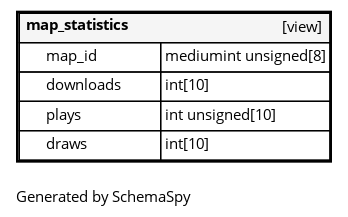
The Graphviz diagram diagrams/tables/map_statistics.1degree.png in FAForever/db, before a commit. Its source is kept beside it as diagrams/tables/map_statistics.1degree.dot.
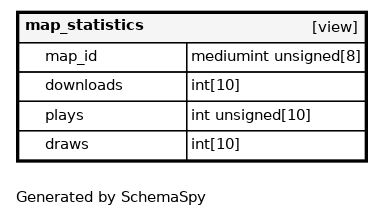
Later version of the same file.

What changed in the source:
```diff
@@ -1,13 +1,13 @@
 digraph "oneDegreeRelationshipsDiagram" {
-  graph [    rankdir="RL"    bgcolor="#ffffff"    label="\nGenerated by SchemaSpy"    labeljust="l"    nodesep="0.18"    ranksep="0.46"    fontname="Helvetica"    fontsize="11"    ration="compress"  ];  node [    fontname="Helvetica"    fontsize="11"    shape="plaintext"  ];  edge [    arrowsize="0.8"  ];
+  graph [    rankdir="RL"    bgcolor="#ffffff"    label="\nGenerated by SchemaSpy"    labeljust="l"    nodesep="0.18"    ranksep="0.46"    fontname="Helvetica"    fontsize="11"    packmode="graph"  ];  node [    fontname="Helvetica"    fontsize="11"    shape="plaintext"  ];  edge [    arrowsize="0.8"  ];
   "map_statistics" [
    label=<
     <TABLE BORDER="2" CELLBORDER="1" CELLSPACING="0" BGCOLOR="#ffffff">
-      <TR><TD COLSPAN="4"  BGCOLOR="#f5f5f5"><TABLE BORDER="0" CELLSPACING="0"><TR><TD ALIGN="LEFT" FIXEDSIZE="TRUE" WIDTH="85" HEIGHT="16"><B>map_statistics</B></TD><TD ALIGN="RIGHT">[view]</TD></TR></TABLE></TD></TR>
-      <TR><TD PORT="map_id" COLSPAN="2" ALIGN="LEFT"><TABLE BORDER="0" CELLSPACING="0" ALIGN="LEFT"><TR ALIGN="LEFT"><TD ALIGN="LEFT" FIXEDSIZE="TRUE" WIDTH="15" HEIGHT="16"></TD><TD ALIGN="LEFT" FIXEDSIZE="TRUE" WIDTH="85" HEIGHT="16">map_id</TD></TR></TABLE></TD><TD PORT="map_id.type" ALIGN="LEFT">mediumint unsigned[8]</TD></TR>
-      <TR><TD PORT="downloads" COLSPAN="2" ALIGN="LEFT"><TABLE BORDER="0" CELLSPACING="0" ALIGN="LEFT"><TR ALIGN="LEFT"><TD ALIGN="LEFT" FIXEDSIZE="TRUE" WIDTH="15" HEIGHT="16"></TD><TD ALIGN="LEFT" FIXEDSIZE="TRUE" WIDTH="85" HEIGHT="16">downloads</TD></TR></TABLE></TD><TD PORT="downloads.type" ALIGN="LEFT">int[10]</TD></TR>
-      <TR><TD PORT="plays" COLSPAN="2" ALIGN="LEFT"><TABLE BORDER="0" CELLSPACING="0" ALIGN="LEFT"><TR ALIGN="LEFT"><TD ALIGN="LEFT" FIXEDSIZE="TRUE" WIDTH="15" HEIGHT="16"></TD><TD ALIGN="LEFT" FIXEDSIZE="TRUE" WIDTH="85" HEIGHT="16">plays</TD></TR></TABLE></TD><TD PORT="plays.type" ALIGN="LEFT">int unsigned[10]</TD></TR>
-      <TR><TD PORT="draws" COLSPAN="2" ALIGN="LEFT"><TABLE BORDER="0" CELLSPACING="0" ALIGN="LEFT"><TR ALIGN="LEFT"><TD ALIGN="LEFT" FIXEDSIZE="TRUE" WIDTH="15" HEIGHT="16"></TD><TD ALIGN="LEFT" FIXEDSIZE="TRUE" WIDTH="85" HEIGHT="16">draws</TD></TR></TABLE></TD><TD PORT="draws.type" ALIGN="LEFT">int[10]</TD></TR>
+      <TR><TD COLSPAN="4"  BGCOLOR="#f5f5f5"><TABLE BORDER="0" CELLSPACING="0"><TR><TD ALIGN="LEFT" FIXEDSIZE="TRUE" WIDTH="105" HEIGHT="16"><B>map_statistics</B></TD><TD ALIGN="RIGHT">[view]</TD></TR></TABLE></TD></TR>
+      <TR><TD PORT="map_id" COLSPAN="2" ALIGN="LEFT"><TABLE BORDER="0" CELLSPACING="0" ALIGN="LEFT"><TR ALIGN="LEFT"><TD ALIGN="LEFT" FIXEDSIZE="TRUE" WIDTH="15" HEIGHT="16"></TD><TD ALIGN="LEFT" FIXEDSIZE="TRUE" WIDTH="105" HEIGHT="16">map_id</TD></TR></TABLE></TD><TD PORT="map_id.type" ALIGN="LEFT">mediumint unsigned[8]</TD></TR>
+      <TR><TD PORT="downloads" COLSPAN="2" ALIGN="LEFT"><TABLE BORDER="0" CELLSPACING="0" ALIGN="LEFT"><TR ALIGN="LEFT"><TD ALIGN="LEFT" FIXEDSIZE="TRUE" WIDTH="15" HEIGHT="16"></TD><TD ALIGN="LEFT" FIXEDSIZE="TRUE" WIDTH="105" HEIGHT="16">downloads</TD></TR></TABLE></TD><TD PORT="downloads.type" ALIGN="LEFT">int[10]</TD></TR>
+      <TR><TD PORT="plays" COLSPAN="2" ALIGN="LEFT"><TABLE BORDER="0" CELLSPACING="0" ALIGN="LEFT"><TR ALIGN="LEFT"><TD ALIGN="LEFT" FIXEDSIZE="TRUE" WIDTH="15" HEIGHT="16"></TD><TD ALIGN="LEFT" FIXEDSIZE="TRUE" WIDTH="105" HEIGHT="16">plays</TD></TR></TABLE></TD><TD PORT="plays.type" ALIGN="LEFT">int unsigned[10]</TD></TR>
+      <TR><TD PORT="draws" COLSPAN="2" ALIGN="LEFT"><TABLE BORDER="0" CELLSPACING="0" ALIGN="LEFT"><TR ALIGN="LEFT"><TD ALIGN="LEFT" FIXEDSIZE="TRUE" WIDTH="15" HEIGHT="16"></TD><TD ALIGN="LEFT" FIXEDSIZE="TRUE" WIDTH="105" HEIGHT="16">draws</TD></TR></TABLE></TD><TD PORT="draws.type" ALIGN="LEFT">int[10]</TD></TR>
     </TABLE>>
     URL="map_statistics.html"
     target="_top"
```
